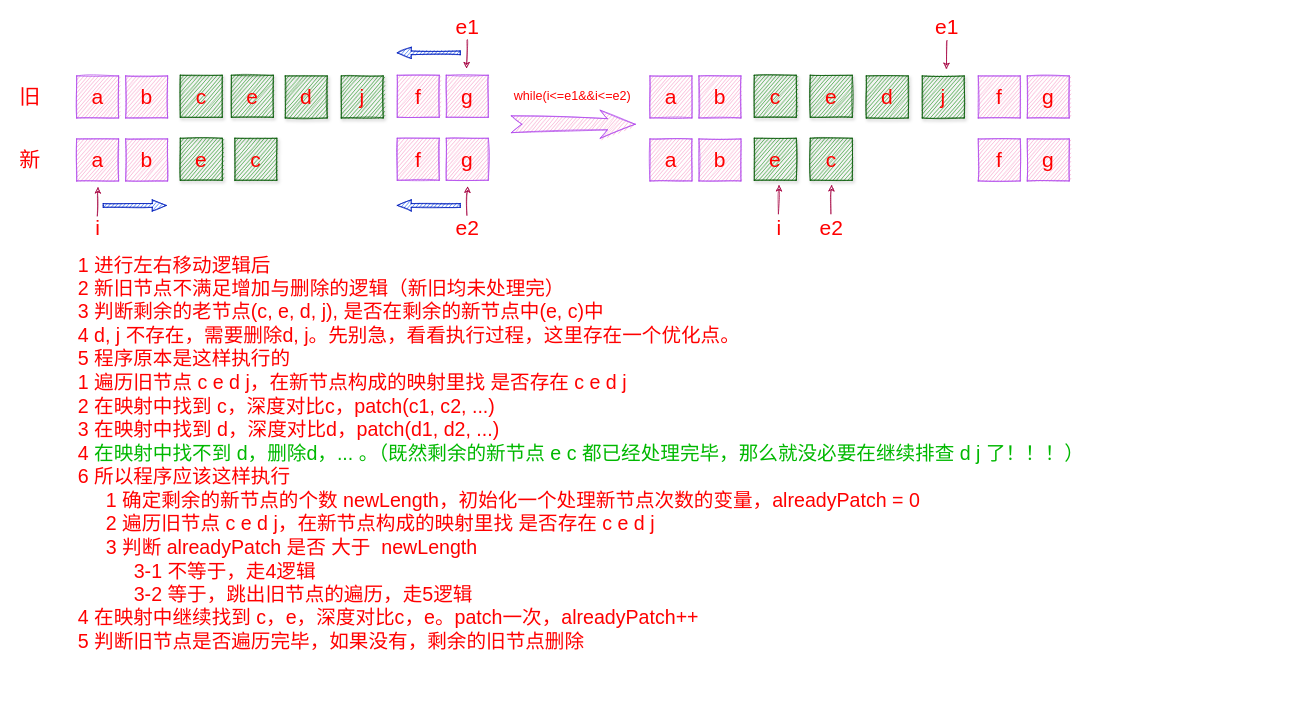
Earlier version of the draw.io diagram page "删除优化" (6 of 7) of vue/diff1.drawio (fengjinlong/drawio). Source tidied: cells renumbered, new cells numbered last; positions are measured from the earlier drawing's top-left corner, leaving out a move shared by most shapes. Both pictures are drawn from the tidied source at 70%, with x=0, y=0 at pixel (12, 12).
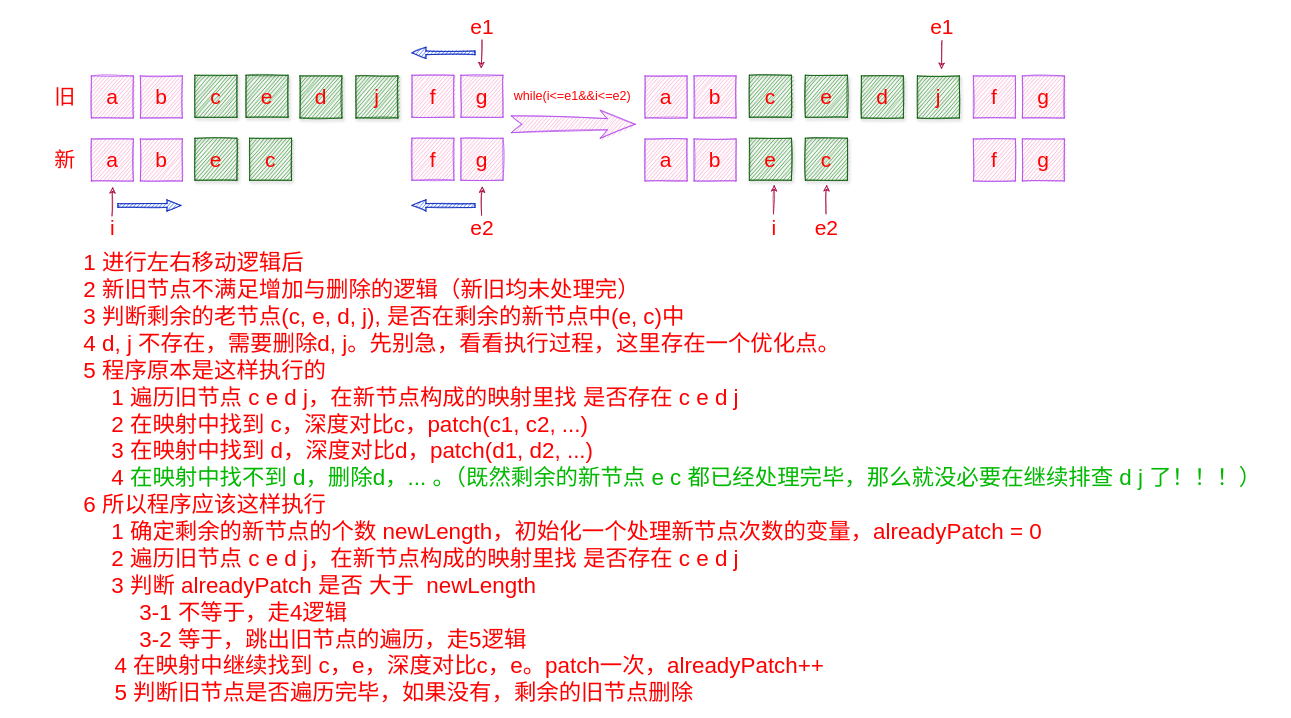
Above is the later version.

Change to the diagram source:
```diff
@@
     <mxCell id="2" value="a" style="whiteSpace=wrap;html=1;rounded=0;fillColor=#F694C1;strokeColor=#AF45ED;fontColor=#FF0000;fontSize=30;verticalAlign=middle;sketch=1;" parent="1" vertex="1">
-      <mxGeometry x="92" y="91" width="60" height="60" as="geometry" />
+      <mxGeometry x="113" y="91" width="60" height="60" as="geometry" />
     </mxCell>
     <mxCell id="3" value="b" style="whiteSpace=wrap;html=1;rounded=0;fillColor=#F694C1;strokeColor=#AF45ED;fontColor=#FF0000;fontSize=30;verticalAlign=middle;sketch=1;" parent="1" vertex="1">
-      <mxGeometry x="162" y="91" width="60" height="60" as="geometry" />
+      <mxGeometry x="183" y="91" width="60" height="60" as="geometry" />
     </mxCell>
     <mxCell id="4" value="c" style="whiteSpace=wrap;html=1;rounded=0;fillColor=#008a00;strokeColor=#005700;fontSize=30;fontColor=#FF0000;shadow=1;glass=0;fillStyle=auto;fontStyle=0;verticalAlign=middle;sketch=1;" parent="1" vertex="1">
-      <mxGeometry x="240" y="90" width="60" height="60" as="geometry" />
+      <mxGeometry x="261" y="90" width="60" height="60" as="geometry" />
     </mxCell>
     <mxCell id="5" value="a" style="whiteSpace=wrap;html=1;rounded=0;fillColor=#F694C1;strokeColor=#AF45ED;fontColor=#FF0000;fontSize=30;verticalAlign=middle;sketch=1;" parent="1" vertex="1">
-      <mxGeometry x="92" y="181" width="60" height="60" as="geometry" />
+      <mxGeometry x="113" y="181" width="60" height="60" as="geometry" />
     </mxCell>
     <mxCell id="6" value="b" style="whiteSpace=wrap;html=1;rounded=0;fillColor=#F694C1;strokeColor=#AF45ED;fontColor=#FF0000;fontSize=30;verticalAlign=middle;sketch=1;" parent="1" vertex="1">
-      <mxGeometry x="162" y="181" width="60" height="60" as="geometry" />
+      <mxGeometry x="183" y="181" width="60" height="60" as="geometry" />
     </mxCell>
     <mxCell id="7" value="e" style="whiteSpace=wrap;html=1;rounded=0;fillColor=#008a00;strokeColor=#005700;fontSize=30;fontColor=#FF0000;shadow=1;glass=0;fillStyle=auto;fontStyle=0;verticalAlign=middle;sketch=1;" parent="1" vertex="1">
-      <mxGeometry x="240" y="180" width="60" height="60" as="geometry" />
+      <mxGeometry x="261" y="180" width="60" height="60" as="geometry" />
     </mxCell>
     <mxCell id="8" value="c" style="whiteSpace=wrap;html=1;rounded=0;fillColor=#008a00;strokeColor=#005700;fontSize=30;fontColor=#FF0000;shadow=1;glass=0;fillStyle=auto;fontStyle=0;verticalAlign=middle;sketch=1;" parent="1" vertex="1">
-      <mxGeometry x="318" y="180" width="60" height="60" as="geometry" />
+      <mxGeometry x="339" y="180" width="60" height="60" as="geometry" />
     </mxCell>
     <mxCell id="9" value="i" style="text;html=1;align=center;verticalAlign=middle;strokeColor=none;fillColor=none;fontSize=30;fontColor=#FF0000;" parent="1" vertex="1">
-      <mxGeometry x="112" y="288" width="20" height="40" as="geometry" />
+      <mxGeometry x="133" y="288" width="20" height="40" as="geometry" />
     </mxCell>
     <mxCell id="10" value="e1" style="text;html=1;align=center;verticalAlign=middle;strokeColor=none;fillColor=none;fontSize=30;fontColor=#FF0000;" parent="1" vertex="1">
-      <mxGeometry x="625" width="50" height="40" as="geometry" />
+      <mxGeometry x="646" width="50" height="40" as="geometry" />
     </mxCell>
     <mxCell id="11" value="e2" style="text;html=1;align=center;verticalAlign=middle;strokeColor=none;fillColor=none;fontSize=30;fontColor=#FF0000;" parent="1" vertex="1">
-      <mxGeometry x="625" y="288" width="50" height="40" as="geometry" />
+      <mxGeometry x="646" y="288" width="50" height="40" as="geometry" />
     </mxCell>
     <mxCell id="12" value="a" style="whiteSpace=wrap;html=1;rounded=0;fillColor=#F694C1;strokeColor=#AF45ED;fontColor=#FF0000;fontSize=30;verticalAlign=middle;sketch=1;" parent="1" vertex="1">
-      <mxGeometry x="911" y="91" width="60" height="60" as="geometry" />
+      <mxGeometry x="904" y="91" width="60" height="60" as="geometry" />
     </mxCell>
     <mxCell id="13" value="b" style="whiteSpace=wrap;html=1;rounded=0;fillColor=#F694C1;strokeColor=#AF45ED;fontColor=#FF0000;fontSize=30;verticalAlign=middle;sketch=1;" parent="1" vertex="1">
-      <mxGeometry x="981" y="91" width="60" height="60" as="geometry" />
+      <mxGeometry x="974" y="91" width="60" height="60" as="geometry" />
     </mxCell>
     <mxCell id="14" value="c" style="whiteSpace=wrap;html=1;rounded=0;fillColor=#008a00;strokeColor=#005700;fontSize=30;fontColor=#FF0000;shadow=1;glass=0;fillStyle=auto;fontStyle=0;verticalAlign=middle;sketch=1;" parent="1" vertex="1">
-      <mxGeometry x="1060" y="90" width="60" height="60" as="geometry" />
+      <mxGeometry x="1053" y="90" width="60" height="60" as="geometry" />
     </mxCell>
     <mxCell id="15" value="a" style="whiteSpace=wrap;html=1;rounded=0;fillColor=#F694C1;strokeColor=#AF45ED;fontColor=#FF0000;fontSize=30;verticalAlign=middle;sketch=1;" parent="1" vertex="1">
-      <mxGeometry x="911" y="181" width="60" height="60" as="geometry" />
+      <mxGeometry x="904" y="181" width="60" height="60" as="geometry" />
     </mxCell>
     <mxCell id="16" value="b" style="whiteSpace=wrap;html=1;rounded=0;fillColor=#F694C1;strokeColor=#AF45ED;fontColor=#FF0000;fontSize=30;verticalAlign=middle;sketch=1;" parent="1" vertex="1">
-      <mxGeometry x="981" y="181" width="60" height="60" as="geometry" />
+      <mxGeometry x="974" y="181" width="60" height="60" as="geometry" />
     </mxCell>
     <mxCell id="17" value="e" style="whiteSpace=wrap;html=1;rounded=0;fillColor=#008a00;strokeColor=#005700;fontSize=30;fontColor=#FF0000;shadow=1;glass=0;fillStyle=auto;fontStyle=0;verticalAlign=middle;sketch=1;" parent="1" vertex="1">
-      <mxGeometry x="1060" y="180" width="60" height="60" as="geometry" />
+      <mxGeometry x="1053" y="180" width="60" height="60" as="geometry" />
     </mxCell>
     <mxCell id="18" value="c" style="whiteSpace=wrap;html=1;rounded=0;fillColor=#008a00;strokeColor=#005700;fontSize=30;fontColor=#FF0000;shadow=1;glass=0;fillStyle=auto;fontStyle=0;verticalAlign=middle;sketch=1;" parent="1" vertex="1">
-      <mxGeometry x="1140" y="180" width="60" height="60" as="geometry" />
+      <mxGeometry x="1133" y="180" width="60" height="60" as="geometry" />
     </mxCell>
     <mxCell id="19" value="i" style="text;html=1;align=center;verticalAlign=middle;strokeColor=none;fillColor=none;fontSize=30;fontColor=#FF0000;" parent="1" vertex="1">
-      <mxGeometry x="1085" y="288" width="20" height="40" as="geometry" />
+      <mxGeometry x="1078" y="288" width="20" height="40" as="geometry" />
     </mxCell>
     <mxCell id="20" value="e1" style="text;html=1;align=center;verticalAlign=middle;strokeColor=none;fillColor=none;fontSize=30;fontColor=#FF0000;" parent="1" vertex="1">
-      <mxGeometry x="1310" width="50" height="40" as="geometry" />
+      <mxGeometry x="1303" width="50" height="40" as="geometry" />
     </mxCell>
     <mxCell id="21" value="e2" style="text;html=1;align=center;verticalAlign=middle;strokeColor=none;fillColor=none;fontSize=30;fontColor=#FF0000;" parent="1" vertex="1">
-      <mxGeometry x="1145" y="288" width="50" height="40" as="geometry" />
+      <mxGeometry x="1138" y="288" width="50" height="40" as="geometry" />
     </mxCell>
     <mxCell id="22" style="html=1;shadow=0;dashed=0;align=center;verticalAlign=middle;shape=mxgraph.arrows2.arrow;dy=0.67;dx=20;notch=0;rounded=0;glass=0;sketch=1;fillStyle=auto;fontSize=30;strokeColor=#001DBC;fillColor=#0050ef;fontColor=#ffffff;" parent="1" vertex="1">
-      <mxGeometry x="130" y="268" width="90" height="16" as="geometry" />
+      <mxGeometry x="151" y="268" width="90" height="16" as="geometry" />
     </mxCell>
@@
     <mxCell id="25" style="endArrow=classic;html=1;rounded=1;sketch=1;fontSize=18;fontColor=#FF0000;strokeColor=#A50040;fillColor=#d80073;curved=1;exitX=0.52;exitY=0.975;exitDx=0;exitDy=0;exitPerimeter=0;" parent="1" edge="1">
       <mxGeometry relative="1" as="geometry">
-        <mxPoint x="650" y="39" as="sourcePoint" />
-        <mxPoint x="649" y="80" as="targetPoint" />
+        <mxPoint x="671" y="39" as="sourcePoint" />
+        <mxPoint x="670" y="80" as="targetPoint" />
       </mxGeometry>
     </mxCell>
     <mxCell id="26" style="endArrow=classic;html=1;rounded=1;sketch=1;fontSize=18;fontColor=#FF0000;strokeColor=#A50040;fillColor=#d80073;curved=1;exitX=0.52;exitY=0.975;exitDx=0;exitDy=0;exitPerimeter=0;" parent="1" edge="1">
       <mxGeometry relative="1" as="geometry">
-        <mxPoint x="1335.5" y="40" as="sourcePoint" />
-        <mxPoint x="1334.5" y="81" as="targetPoint" />
+        <mxPoint x="1328.5" y="40" as="sourcePoint" />
+        <mxPoint x="1327.5" y="81" as="targetPoint" />
       </mxGeometry>
     </mxCell>
     <mxCell id="27" style="endArrow=none;html=1;rounded=1;sketch=1;fontSize=18;fontColor=#FF0000;strokeColor=#A50040;fillColor=#d80073;curved=1;exitX=0.52;exitY=0.975;exitDx=0;exitDy=0;exitPerimeter=0;startArrow=classic;startFill=1;endFill=0;" parent="1" edge="1">
       <mxGeometry relative="1" as="geometry">
-        <mxPoint x="650.5" y="249" as="sourcePoint" />
-        <mxPoint x="649.5" y="290" as="targetPoint" />
+        <mxPoint x="671.5" y="249" as="sourcePoint" />
+        <mxPoint x="670.5" y="290" as="targetPoint" />
       </mxGeometry>
     </mxCell>
     <mxCell id="28" style="endArrow=none;html=1;rounded=1;sketch=1;fontSize=18;fontColor=#FF0000;strokeColor=#A50040;fillColor=#d80073;curved=1;exitX=0.52;exitY=0.975;exitDx=0;exitDy=0;exitPerimeter=0;startArrow=classic;startFill=1;endFill=0;" parent="1" edge="1">
       <mxGeometry relative="1" as="geometry">
-        <mxPoint x="122.5" y="250" as="sourcePoint" />
-        <mxPoint x="121.5" y="291" as="targetPoint" />
+        <mxPoint x="143.5" y="250" as="sourcePoint" />
+        <mxPoint x="142.5" y="291" as="targetPoint" />
       </mxGeometry>
     </mxCell>
     <mxCell id="29" style="endArrow=none;html=1;rounded=1;sketch=1;fontSize=18;fontColor=#FF0000;strokeColor=#A50040;fillColor=#d80073;curved=1;exitX=0.52;exitY=0.975;exitDx=0;exitDy=0;exitPerimeter=0;startArrow=classic;startFill=1;endFill=0;" parent="1" edge="1">
       <mxGeometry relative="1" as="geometry">
-        <mxPoint x="1095.5" y="247" as="sourcePoint" />
-        <mxPoint x="1094.5" y="288" as="targetPoint" />
+        <mxPoint x="1088.5" y="247" as="sourcePoint" />
+        <mxPoint x="1087.5" y="288" as="targetPoint" />
       </mxGeometry>
     </mxCell>
     <mxCell id="30" style="endArrow=none;html=1;rounded=1;sketch=1;fontSize=18;fontColor=#FF0000;strokeColor=#A50040;fillColor=#d80073;curved=1;exitX=0.52;exitY=0.975;exitDx=0;exitDy=0;exitPerimeter=0;startArrow=classic;startFill=1;endFill=0;" parent="1" edge="1">
       <mxGeometry relative="1" as="geometry">
-        <mxPoint x="1170.5" y="247" as="sourcePoint" />
-        <mxPoint x="1169.5" y="288" as="targetPoint" />
+        <mxPoint x="1163.5" y="247" as="sourcePoint" />
+        <mxPoint x="1162.5" y="288" as="targetPoint" />
       </mxGeometry>
     </mxCell>
     <mxCell id="31" value="旧" style="text;html=1;align=center;verticalAlign=middle;strokeColor=none;fillColor=none;fontSize=30;fontColor=#FF0000;" parent="1" vertex="1">
-      <mxGeometry y="100" width="50" height="40" as="geometry" />
+      <mxGeometry x="50" y="100" width="50" height="40" as="geometry" />
     </mxCell>
     <mxCell id="32" value="新" style="text;html=1;align=center;verticalAlign=middle;strokeColor=none;fillColor=none;fontSize=30;fontColor=#FF0000;" parent="1" vertex="1">
-      <mxGeometry y="190" width="50" height="40" as="geometry" />
+      <mxGeometry x="50" y="190" width="50" height="40" as="geometry" />
     </mxCell>
-    <mxCell id="33" value="1 进行左右移动逻辑后&lt;br style=&quot;font-size: 28px&quot;&gt;2 新旧节点不满足增加与删除的逻辑（新旧均未处理完）&lt;br style=&quot;font-size: 28px&quot;&gt;3 判断剩余的老节点(c, e, d, j), 是否在剩余的新节点中(e, c)中&lt;br style=&quot;font-size: 28px&quot;&gt;4 d, j 不存在，需要删除d, j。先别急，看看执行过程，这里存在一个优化点。&lt;br&gt;5 程序原本是这样执行的&lt;br&gt;&lt;span&gt;&#9;&lt;/span&gt;1 遍历旧节点 c e d j，在新节点构成的映射里找 是否存在 c e d j&lt;br&gt;&lt;span&gt;&#9;&lt;/span&gt;2 在映射中找到 c，深度对比c，patch(c1, c2, ...)&lt;br&gt;&lt;span&gt;&#9;&lt;/span&gt;3 在映射中找到 d，深度对比d，patch(d1, d2, ...)&lt;br&gt;&lt;span&gt;&#9;&lt;/span&gt;4 &lt;font color=&quot;#00b800&quot;&gt;在映射中找不到 d，删除d，... 。（既然剩余的新节点 e c 都已经处理完毕，那么就没必要在继续排查 d j 了！！！）&lt;/font&gt;&lt;br&gt;6 所以程序应该这样执行&lt;br&gt;&lt;span&gt;&#9;&lt;/span&gt;&lt;span&gt;&#9;&lt;/span&gt;&lt;blockquote style=&quot;margin: 0 0 0 40px ; border: none ; padding: 0px&quot;&gt;1 确定剩余的新节点的个数 newLength，初始化一个处理新节点次数的变量，alreadyPatch = 0&lt;br&gt;2 遍历旧节点 c e d j，在新节点构成的映射里找 是否存在 c e d j&lt;br&gt;3 判断 alreadyPatch 是否 大于&amp;nbsp; newLength&lt;br&gt;&lt;/blockquote&gt;&lt;blockquote style=&quot;margin: 0 0 0 40px ; border: none ; padding: 0px&quot;&gt;&lt;blockquote style=&quot;margin: 0 0 0 40px ; border: none ; padding: 0px&quot;&gt;3-1 不等于，走4逻辑&lt;/blockquote&gt;&lt;blockquote style=&quot;margin: 0 0 0 40px ; border: none ; padding: 0px&quot;&gt;3-2 等于，跳出旧节点的遍历，走5逻辑&lt;/blockquote&gt;&lt;/blockquote&gt;4 在映射中继续找到 c，e，深度对比c，e。patch一次，alreadyPatch++&lt;br&gt;5 判断旧节点是否遍历完毕，如果没有，剩余的旧节点删除" style="text;html=1;align=left;verticalAlign=middle;strokeColor=none;fillColor=none;fontSize=28;fontColor=#FF0000;" parent="1" vertex="1">
-      <mxGeometry x="92" y="340" width="1470" height="580" as="geometry" />
+    <mxCell id="33" value="1 进行左右移动逻辑后&lt;br style=&quot;font-size: 32px&quot;&gt;2 新旧节点不满足增加与删除的逻辑（新旧均未处理完）&lt;br style=&quot;font-size: 32px&quot;&gt;3 判断剩余的老节点(c, e, d, j), 是否在剩余的新节点中(e, c)中&lt;br style=&quot;font-size: 32px&quot;&gt;4 d, j 不存在，需要删除d, j。先别急，看看执行过程，这里存在一个优化点。&lt;br style=&quot;font-size: 32px&quot;&gt;5 程序原本是这样执行的&lt;br style=&quot;font-size: 32px&quot;&gt;&lt;span style=&quot;font-size: 32px&quot;&gt;&#9;&lt;/span&gt;&lt;blockquote style=&quot;margin: 0px 0px 0px 40px ; border: none ; padding: 0px ; font-size: 32px&quot;&gt;1 遍历旧节点 c e d j，在新节点构成的映射里找 是否存在 c e d j&lt;br style=&quot;font-size: 32px&quot;&gt;2 在映射中找到 c，深度对比c，patch(c1, c2, ...)&lt;br style=&quot;font-size: 32px&quot;&gt;3 在映射中找到 d，深度对比d，patch(d1, d2, ...)&lt;br style=&quot;font-size: 32px&quot;&gt;4 &lt;font color=&quot;#00b800&quot; style=&quot;font-size: 32px&quot;&gt;在映射中找不到 d，删除d，... 。（既然剩余的新节点 e c 都已经处理完毕，那么就没必要在继续排查 d j 了！！！）&lt;/font&gt;&lt;/blockquote&gt;6 所以程序应该这样执行&lt;br style=&quot;font-size: 32px&quot;&gt;&lt;span style=&quot;font-size: 32px&quot;&gt;&#9;&lt;/span&gt;&lt;span style=&quot;font-size: 32px&quot;&gt;&#9;&lt;/span&gt;&lt;blockquote style=&quot;margin: 0px 0px 0px 40px ; border: none ; padding: 0px ; font-size: 32px&quot;&gt;1 确定剩余的新节点的个数 newLength，初始化一个处理新节点次数的变量，alreadyPatch = 0&lt;br style=&quot;font-size: 32px&quot;&gt;2 遍历旧节点 c e d j，在新节点构成的映射里找 是否存在 c e d j&lt;br style=&quot;font-size: 32px&quot;&gt;3 判断 alreadyPatch 是否 大于&amp;nbsp; newLength&lt;br style=&quot;font-size: 32px&quot;&gt;&lt;/blockquote&gt;&lt;blockquote style=&quot;margin: 0px 0px 0px 40px ; border: none ; padding: 0px ; font-size: 32px&quot;&gt;&lt;blockquote style=&quot;margin: 0px 0px 0px 40px ; border: none ; padding: 0px ; font-size: 32px&quot;&gt;3-1 不等于，走4逻辑&lt;/blockquote&gt;&lt;blockquote style=&quot;margin: 0px 0px 0px 40px ; border: none ; padding: 0px ; font-size: 32px&quot;&gt;3-2 等于，跳出旧节点的遍历，走5逻辑&lt;/blockquote&gt;&lt;/blockquote&gt;&amp;nbsp; &amp;nbsp; &amp;nbsp;4 在映射中继续找到 c，e，深度对比c，e。patch一次，alreadyPatch++&lt;br style=&quot;font-size: 32px&quot;&gt;&amp;nbsp; &amp;nbsp; &amp;nbsp;5 判断旧节点是否遍历完毕，如果没有，剩余的旧节点删除" style="text;html=1;align=left;verticalAlign=middle;strokeColor=none;fillColor=none;fontSize=32;fontColor=#FF0000;" parent="1" vertex="1">
+      <mxGeometry x="100" y="340" width="1710" height="650" as="geometry" />
     </mxCell>
     <mxCell id="34" value="e" style="whiteSpace=wrap;html=1;rounded=0;fillColor=#008a00;strokeColor=#005700;fontSize=30;fontColor=#FF0000;shadow=1;glass=0;fillStyle=auto;fontStyle=0;verticalAlign=middle;sketch=1;" parent="1" vertex="1">
-      <mxGeometry x="313" y="90" width="60" height="60" as="geometry" />
+      <mxGeometry x="334" y="90" width="60" height="60" as="geometry" />
     </mxCell>
     <mxCell id="35" value="f" style="whiteSpace=wrap;html=1;rounded=0;fillColor=#F694C1;strokeColor=#AF45ED;fontColor=#FF0000;fontSize=30;verticalAlign=middle;sketch=1;" parent="1" vertex="1">
-      <mxGeometry x="550" y="90" width="60" height="60" as="geometry" />
+      <mxGeometry x="571" y="90" width="60" height="60" as="geometry" />
     </mxCell>
     <mxCell id="36" value="g" style="whiteSpace=wrap;html=1;rounded=0;fillColor=#F694C1;strokeColor=#AF45ED;fontColor=#FF0000;fontSize=30;verticalAlign=middle;sketch=1;" parent="1" vertex="1">
-      <mxGeometry x="620" y="90" width="60" height="60" as="geometry" />
+      <mxGeometry x="641" y="90" width="60" height="60" as="geometry" />
     </mxCell>
     <mxCell id="37" value="f" style="whiteSpace=wrap;html=1;rounded=0;fillColor=#F694C1;strokeColor=#AF45ED;fontColor=#FF0000;fontSize=30;verticalAlign=middle;sketch=1;" parent="1" vertex="1">
-      <mxGeometry x="550" y="180" width="60" height="60" as="geometry" />
+      <mxGeometry x="571" y="180" width="60" height="60" as="geometry" />
     </mxCell>
     <mxCell id="38" value="g" style="whiteSpace=wrap;html=1;rounded=0;fillColor=#F694C1;strokeColor=#AF45ED;fontColor=#FF0000;fontSize=30;verticalAlign=middle;sketch=1;" parent="1" vertex="1">
-      <mxGeometry x="620" y="180" width="60" height="60" as="geometry" />
+      <mxGeometry x="641" y="180" width="60" height="60" as="geometry" />
     </mxCell>
     <mxCell id="39" value="f" style="whiteSpace=wrap;html=1;rounded=0;fillColor=#F694C1;strokeColor=#AF45ED;fontColor=#FF0000;fontSize=30;verticalAlign=middle;sketch=1;" parent="1" vertex="1">
-      <mxGeometry x="1380" y="181" width="60" height="60" as="geometry" />
+      <mxGeometry x="1373" y="181" width="60" height="60" as="geometry" />
     </mxCell>
     <mxCell id="40" value="g" style="whiteSpace=wrap;html=1;rounded=0;fillColor=#F694C1;strokeColor=#AF45ED;fontColor=#FF0000;fontSize=30;verticalAlign=middle;sketch=1;" parent="1" vertex="1">
-      <mxGeometry x="1450" y="181" width="60" height="60" as="geometry" />
+      <mxGeometry x="1443" y="181" width="60" height="60" as="geometry" />
     </mxCell>
     <mxCell id="41" value="e" style="whiteSpace=wrap;html=1;rounded=0;fillColor=#008a00;strokeColor=#005700;fontSize=30;fontColor=#FF0000;shadow=1;glass=0;fillStyle=auto;fontStyle=0;verticalAlign=middle;sketch=1;" parent="1" vertex="1">
-      <mxGeometry x="1140" y="90" width="60" height="60" as="geometry" />
+      <mxGeometry x="1133" y="90" width="60" height="60" as="geometry" />
     </mxCell>
     <mxCell id="42" value="f" style="whiteSpace=wrap;html=1;rounded=0;fillColor=#F694C1;strokeColor=#AF45ED;fontColor=#FF0000;fontSize=30;verticalAlign=middle;sketch=1;" parent="1" vertex="1">
-      <mxGeometry x="1380" y="91" width="60" height="60" as="geometry" />
+      <mxGeometry x="1373" y="91" width="60" height="60" as="geometry" />
     </mxCell>
     <mxCell id="43" value="g" style="whiteSpace=wrap;html=1;rounded=0;fillColor=#F694C1;strokeColor=#AF45ED;fontColor=#FF0000;fontSize=30;verticalAlign=middle;sketch=1;" parent="1" vertex="1">
-      <mxGeometry x="1450" y="91" width="60" height="60" as="geometry" />
+      <mxGeometry x="1443" y="91" width="60" height="60" as="geometry" />
     </mxCell>
     <mxCell id="44" style="html=1;shadow=0;dashed=0;align=center;verticalAlign=middle;shape=mxgraph.arrows2.arrow;dy=0.67;dx=20;notch=0;rounded=0;glass=0;sketch=1;fillStyle=auto;fontSize=30;strokeColor=#001DBC;fillColor=#0050ef;fontColor=#ffffff;rotation=-180;" parent="1" vertex="1">
-      <mxGeometry x="550" y="268" width="90" height="16" as="geometry" />
+      <mxGeometry x="571" y="268" width="90" height="16" as="geometry" />
     </mxCell>
     <mxCell id="45" style="html=1;shadow=0;dashed=0;align=center;verticalAlign=middle;shape=mxgraph.arrows2.arrow;dy=0.67;dx=20;notch=0;rounded=0;glass=0;sketch=1;fillStyle=auto;fontSize=30;strokeColor=#001DBC;fillColor=#0050ef;fontColor=#ffffff;rotation=-180;" parent="1" vertex="1">
-      <mxGeometry x="550" y="50" width="90" height="16" as="geometry" />
+      <mxGeometry x="571" y="50" width="90" height="16" as="geometry" />
     </mxCell>
     <mxCell id="46" value="d" style="whiteSpace=wrap;html=1;rounded=0;fillColor=#008a00;strokeColor=#005700;fontSize=30;fontColor=#FF0000;shadow=1;glass=0;fillStyle=auto;fontStyle=0;verticalAlign=middle;sketch=1;" parent="1" vertex="1">
-      <mxGeometry x="390" y="91" width="60" height="60" as="geometry" />
+      <mxGeometry x="411" y="91" width="60" height="60" as="geometry" />
     </mxCell>
     <mxCell id="47" value="d" style="whiteSpace=wrap;html=1;rounded=0;fillColor=#008a00;strokeColor=#005700;fontSize=30;fontColor=#FF0000;shadow=1;glass=0;fillStyle=auto;fontStyle=0;verticalAlign=middle;sketch=1;" parent="1" vertex="1">
-      <mxGeometry x="1220" y="91" width="60" height="60" as="geometry" />
+      <mxGeometry x="1213" y="91" width="60" height="60" as="geometry" />
     </mxCell>
     <mxCell id="48" value="j" style="whiteSpace=wrap;html=1;rounded=0;fillColor=#008a00;strokeColor=#005700;fontSize=30;fontColor=#FF0000;shadow=1;glass=0;fillStyle=auto;fontStyle=0;verticalAlign=middle;sketch=1;" parent="1" vertex="1">
-      <mxGeometry x="470" y="91" width="60" height="60" as="geometry" />
+      <mxGeometry x="491" y="91" width="60" height="60" as="geometry" />
     </mxCell>
     <mxCell id="49" value="j" style="whiteSpace=wrap;html=1;rounded=0;fillColor=#008a00;strokeColor=#005700;fontSize=30;fontColor=#FF0000;shadow=1;glass=0;fillStyle=auto;fontStyle=0;verticalAlign=middle;sketch=1;" parent="1" vertex="1">
-      <mxGeometry x="1300" y="91" width="60" height="60" as="geometry" />
+      <mxGeometry x="1293" y="91" width="60" height="60" as="geometry" />
     </mxCell>
```
